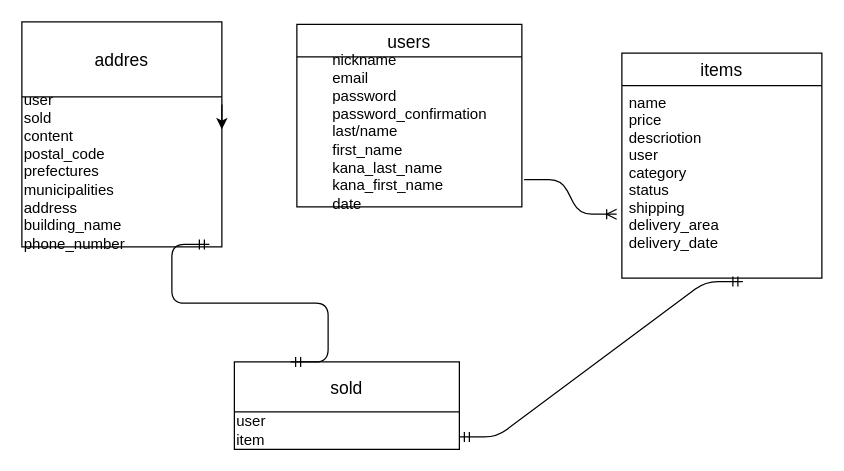
The draw.io diagram test.dio in kurt196794/furima-34258, before the edit. Source tidied: cells renumbered, new cells numbered last; positions are measured from the earlier drawing's top-left corner, leaving out a move shared by most shapes. Both pictures are drawn from the tidied source at 125%, with x=0, y=0 at pixel (21, 21).
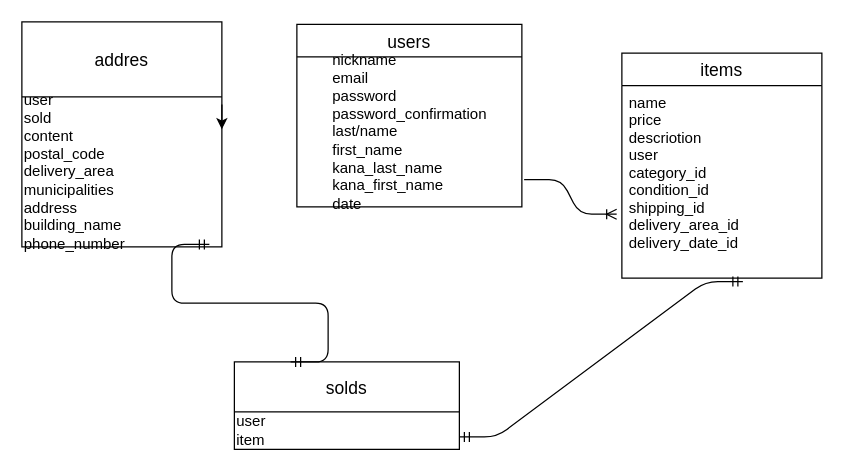
The same page after the edit.

Diff of the diagram source:
```diff
@@
 <mxGraphModel>
   <root>
     <mxCell id="0" />
     <mxCell id="1" parent="0" />
     <mxCell id="2" value="items" style="swimlane;fontStyle=0;horizontal=1;startSize=26;align=center;fontSize=14;" parent="1" vertex="1">
       <mxGeometry x="480" y="25" width="160" height="180" as="geometry" />
     </mxCell>
-    <mxCell id="3" value="name&#10;price&#10;descriotion&#10;user&#10;category&#10;status&#10;shipping&#10;delivery_area&#10;delivery_date" style="text;strokeColor=none;fillColor=none;spacingLeft=4;spacingRight=4;overflow=hidden;points=[[0,0.5],[1,0.5]];portConstraint=eastwest;fontSize=12;" parent="2" vertex="1">
+    <mxCell id="3" value="name&#10;price&#10;descriotion&#10;user&#10;category_id&#10;condition_id&#10;shipping_id&#10;delivery_area_id&#10;delivery_date_id" style="text;strokeColor=none;fillColor=none;spacingLeft=4;spacingRight=4;overflow=hidden;points=[[0,0.5],[1,0.5]];portConstraint=eastwest;fontSize=12;" parent="2" vertex="1">
       <mxGeometry y="26" width="160" height="154" as="geometry" />
     </mxCell>
     <mxCell id="4" value="addres" style="swimlane;fontStyle=0;horizontal=1;startSize=60;align=center;fontSize=14;" parent="1" vertex="1">
       <mxGeometry width="160" height="180" as="geometry" />
     </mxCell>
     <mxCell id="5" style="edgeStyle=orthogonalEdgeStyle;rounded=0;orthogonalLoop=1;jettySize=auto;html=1;" parent="4" edge="1">
       <mxGeometry relative="1" as="geometry">
         <mxPoint x="160" y="66" as="sourcePoint" />
         <mxPoint x="160" y="86" as="targetPoint" />
       </mxGeometry>
     </mxCell>
-    <mxCell id="6" value="user&lt;br&gt;sold&lt;br&gt;content&lt;br&gt;postal_code&lt;br&gt;prefectures&lt;br&gt;municipalities&lt;br&gt;address&lt;br&gt;building_name&lt;br&gt;phone_number" style="text;html=1;align=left;verticalAlign=middle;" parent="4" vertex="1">
+    <mxCell id="6" value="user&lt;br&gt;sold&lt;br&gt;content&lt;br&gt;postal_code&lt;br&gt;delivery_area&lt;br&gt;municipalities&lt;br&gt;address&lt;br&gt;building_name&lt;br&gt;phone_number" style="text;html=1;align=left;verticalAlign=middle;" parent="4" vertex="1">
       <mxGeometry y="60" width="160" height="120" as="geometry" />
     </mxCell>
-    <mxCell id="7" value="sold" style="swimlane;fontStyle=0;horizontal=1;startSize=40;align=center;fontSize=14;" parent="1" vertex="1">
+    <mxCell id="7" value="solds" style="swimlane;fontStyle=0;horizontal=1;startSize=40;align=center;fontSize=14;" parent="1" vertex="1">
       <mxGeometry x="170" y="272" width="180" height="70" as="geometry" />
     </mxCell>
     <mxCell id="8" value="user&lt;br&gt;item" style="text;html=1;align=left;verticalAlign=middle;" parent="7" vertex="1">
       <mxGeometry y="40" width="180" height="30" as="geometry" />
     </mxCell>
     <mxCell id="9" value="users" style="swimlane;fontStyle=0;horizontal=1;startSize=26;align=center;fontSize=14;" parent="1" vertex="1">
       <mxGeometry x="220" y="2" width="180" height="146" as="geometry" />
     </mxCell>
     <mxCell id="10" value="&lt;div style=&quot;text-align: left&quot;&gt;&lt;span&gt;nickname&lt;/span&gt;&lt;/div&gt;&lt;div style=&quot;text-align: left&quot;&gt;&lt;span&gt;email&lt;/span&gt;&lt;/div&gt;&lt;div style=&quot;text-align: left&quot;&gt;&lt;span&gt;password&lt;/span&gt;&lt;/div&gt;&lt;div style=&quot;text-align: left&quot;&gt;&lt;span&gt;password_confirmation&lt;/span&gt;&lt;/div&gt;&lt;div style=&quot;text-align: left&quot;&gt;&lt;span&gt;last/name&lt;/span&gt;&lt;/div&gt;&lt;div style=&quot;text-align: left&quot;&gt;&lt;span&gt;first_name&lt;/span&gt;&lt;/div&gt;&lt;div style=&quot;text-align: left&quot;&gt;&lt;span&gt;kana_last_name&lt;/span&gt;&lt;/div&gt;&lt;div style=&quot;text-align: left&quot;&gt;&lt;span&gt;kana_first_name&lt;/span&gt;&lt;/div&gt;&lt;div style=&quot;text-align: left&quot;&gt;date&lt;/div&gt;" style="text;html=1;align=center;verticalAlign=middle;points=[];" parent="9" vertex="1">
       <mxGeometry y="26" width="180" height="120" as="geometry" />
     </mxCell>
     <mxCell id="11" style="edgeStyle=entityRelationEdgeStyle;fontSize=12;html=1;endArrow=ERoneToMany;exitX=1.01;exitY=0.819;exitDx=0;exitDy=0;exitPerimeter=0;entryX=-0.026;entryY=0.668;entryDx=0;entryDy=0;entryPerimeter=0;" parent="1" edge="1" source="10" target="3">
       <mxGeometry relative="1" as="geometry" />
     </mxCell>
     <mxCell id="12" style="edgeStyle=entityRelationEdgeStyle;fontSize=12;html=1;endArrow=ERmandOne;startArrow=ERmandOne;entryX=0.605;entryY=1.018;entryDx=0;entryDy=0;entryPerimeter=0;" parent="1" edge="1" target="3">
       <mxGeometry relative="1" as="geometry">
         <mxPoint x="350" y="332" as="sourcePoint" />
       </mxGeometry>
     </mxCell>
     <mxCell id="13" style="edgeStyle=entityRelationEdgeStyle;fontSize=12;html=1;endArrow=ERmandOne;startArrow=ERmandOne;exitX=0.25;exitY=0;exitDx=0;exitDy=0;" parent="1" edge="1" source="7">
       <mxGeometry relative="1" as="geometry">
         <mxPoint x="150" y="178" as="targetPoint" />
       </mxGeometry>
     </mxCell>
   </root>
 </mxGraphModel>
```
